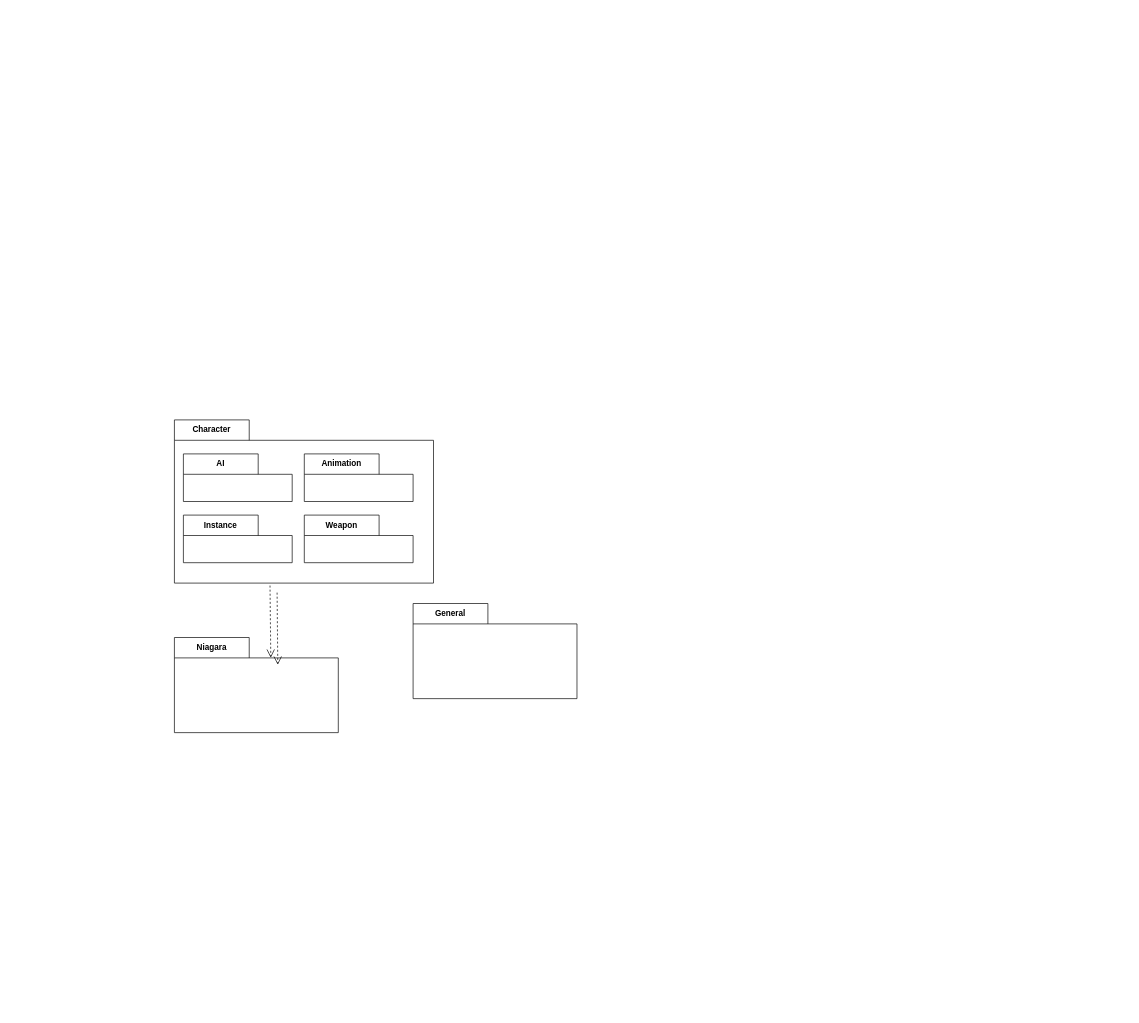
huiboxes/nodeStudy keeps this draw.io diagram as Untitled Diagram.drawio. Above is the earlier version. Source tidied: cells renumbered, new cells numbered last; positions are measured from the earlier drawing's top-left corner, leaving out a move shared by most shapes. Both pictures are drawn from the tidied source at 68%, with x=0, y=0 at pixel (174, 420).
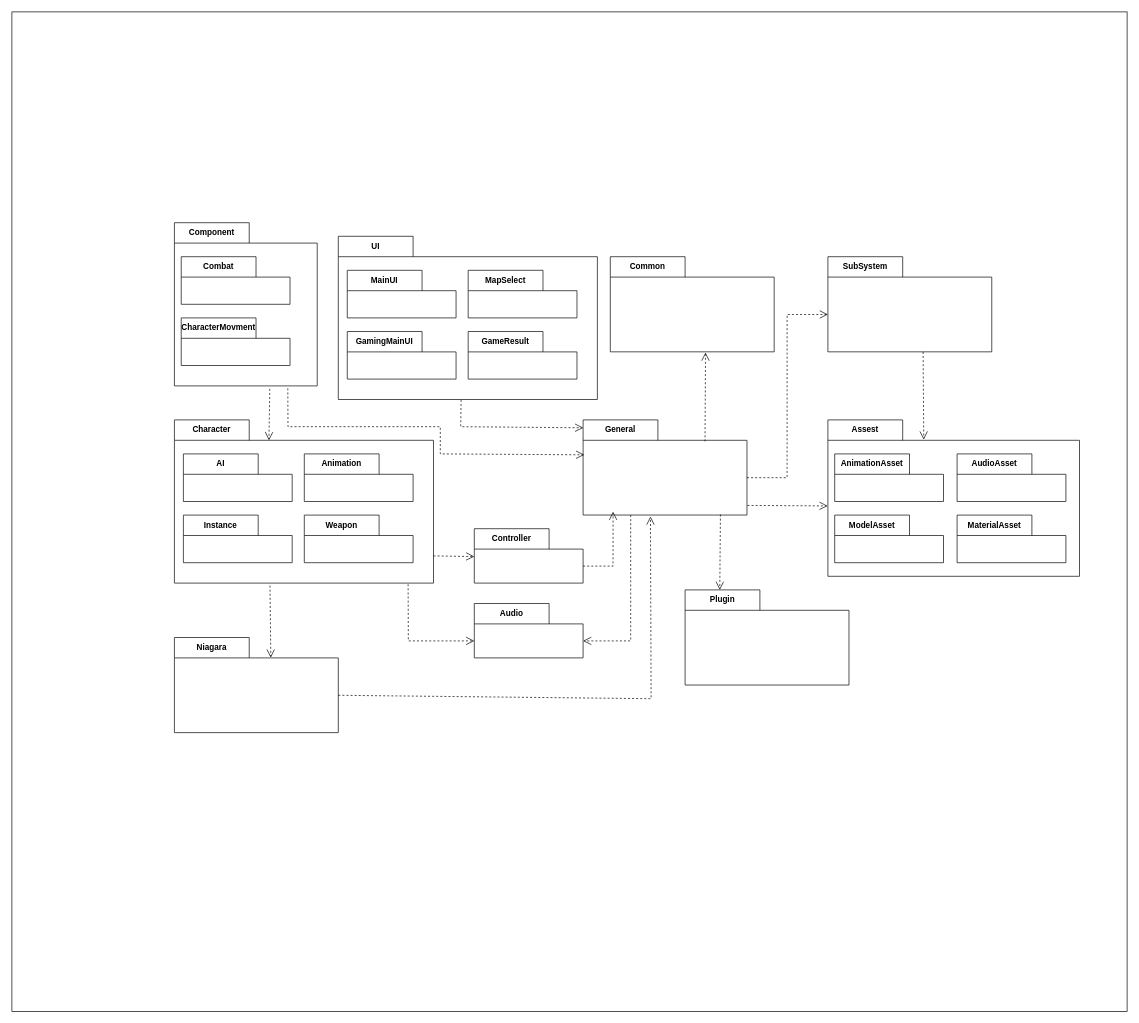
After the change.

Unchanged cells that the change refers to:
```xml
<mxCell id="3" value="Character" style="shape=folder;fontStyle=1;tabWidth=110;tabHeight=30;tabPosition=left;html=1;boundedLbl=1;labelInHeader=1;whiteSpace=wrap;" parent="1" vertex="1">
  <mxGeometry width="381" height="240" as="geometry" />
</mxCell>
<mxCell id="8" value="Niagara" style="shape=folder;fontStyle=1;tabWidth=110;tabHeight=30;tabPosition=left;html=1;boundedLbl=1;labelInHeader=1;whiteSpace=wrap;" parent="1" vertex="1">
  <mxGeometry y="320" width="241" height="139.9" as="geometry" />
</mxCell>
```

The edit, as a diff of the source:
```diff
@@
+    <mxCell id="11" style="rounded=0;whiteSpace=wrap;html=1;" parent="1" vertex="1">
+      <mxGeometry x="-239" y="-600" width="1640" height="1470" as="geometry" />
+    </mxCell>
@@
-    <mxCell id="9" style="rounded=0;html=1;dashed=1;labelBackgroundColor=none;startFill=0;endArrow=open;endFill=0;endSize=10;fontFamily=Verdana;fontSize=10;exitX=0.369;exitY=1.015;exitDx=0;exitDy=0;exitPerimeter=0;entryX=0.588;entryY=0.212;entryDx=0;entryDy=0;entryPerimeter=0;" parent="1" edge="1">
-      <mxGeometry relative="1" as="geometry">
-        <mxPoint x="151" y="254" as="sourcePoint" />
-        <mxPoint x="152" y="360" as="targetPoint" />
-      </mxGeometry>
-    </mxCell>
     <mxCell id="10" value="General" style="shape=folder;fontStyle=1;tabWidth=110;tabHeight=30;tabPosition=left;html=1;boundedLbl=1;labelInHeader=1;whiteSpace=wrap;" parent="1" vertex="1">
-      <mxGeometry x="351" y="270" width="241" height="139.9" as="geometry" />
+      <mxGeometry x="601" width="241" height="139.9" as="geometry" />
     </mxCell>
+    <mxCell id="12" style="rounded=0;html=1;dashed=1;labelBackgroundColor=none;startFill=0;endArrow=open;endFill=0;endSize=10;fontFamily=Verdana;fontSize=10;exitX=0;exitY=0;exitDx=241;exitDy=84.965;exitPerimeter=0;entryX=0.411;entryY=1.015;entryDx=0;entryDy=0;entryPerimeter=0;" parent="1" edge="1" source="8" target="10">
+      <mxGeometry relative="1" as="geometry">
+        <Array as="points">
+          <mxPoint x="701" y="410" />
+        </Array>
+      </mxGeometry>
+    </mxCell>
+    <mxCell id="13" value="Plugin" style="shape=folder;fontStyle=1;tabWidth=110;tabHeight=30;tabPosition=left;html=1;boundedLbl=1;labelInHeader=1;whiteSpace=wrap;" parent="1" vertex="1">
+      <mxGeometry x="751" y="250" width="241" height="139.9" as="geometry" />
+    </mxCell>
+    <mxCell id="14" style="rounded=0;html=1;dashed=1;labelBackgroundColor=none;startFill=0;endArrow=open;endFill=0;endSize=10;fontFamily=Verdana;fontSize=10;exitX=0.838;exitY=0.995;exitDx=0;exitDy=0;exitPerimeter=0;" parent="1" edge="1" source="10">
+      <mxGeometry relative="1" as="geometry">
+        <mxPoint x="802" y="250" as="targetPoint" />
+      </mxGeometry>
+    </mxCell>
+    <mxCell id="15" value="Common" style="shape=folder;fontStyle=1;tabWidth=110;tabHeight=30;tabPosition=left;html=1;boundedLbl=1;labelInHeader=1;whiteSpace=wrap;" parent="1" vertex="1">
+      <mxGeometry x="641" y="-240" width="241" height="139.9" as="geometry" />
+    </mxCell>
+    <mxCell id="16" style="rounded=0;html=1;dashed=1;labelBackgroundColor=none;startFill=0;endArrow=open;endFill=0;endSize=10;fontFamily=Verdana;fontSize=10;entryX=0.581;entryY=1.007;entryDx=0;entryDy=0;entryPerimeter=0;exitX=0.744;exitY=0.226;exitDx=0;exitDy=0;exitPerimeter=0;" parent="1" edge="1" source="10" target="15">
+      <mxGeometry relative="1" as="geometry" />
+    </mxCell>
+    <mxCell id="17" value="UI" style="shape=folder;fontStyle=1;tabWidth=110;tabHeight=30;tabPosition=left;html=1;boundedLbl=1;labelInHeader=1;whiteSpace=wrap;" parent="1" vertex="1">
+      <mxGeometry x="241" y="-270" width="381" height="240" as="geometry" />
+    </mxCell>
+    <mxCell id="18" value="MainUI" style="shape=folder;fontStyle=1;tabWidth=110;tabHeight=30;tabPosition=left;html=1;boundedLbl=1;labelInHeader=1;whiteSpace=wrap;" parent="17" vertex="1">
+      <mxGeometry x="13.2" y="50" width="160" height="70" as="geometry" />
+    </mxCell>
+    <mxCell id="19" value="MapSelect" style="shape=folder;fontStyle=1;tabWidth=110;tabHeight=30;tabPosition=left;html=1;boundedLbl=1;labelInHeader=1;whiteSpace=wrap;" parent="17" vertex="1">
+      <mxGeometry x="191" y="50" width="160" height="70" as="geometry" />
+    </mxCell>
+    <mxCell id="20" value="GamingMainUI" style="shape=folder;fontStyle=1;tabWidth=110;tabHeight=30;tabPosition=left;html=1;boundedLbl=1;labelInHeader=1;whiteSpace=wrap;" parent="17" vertex="1">
+      <mxGeometry x="13.2" y="140" width="160" height="70" as="geometry" />
+    </mxCell>
+    <mxCell id="21" value="GameResult" style="shape=folder;fontStyle=1;tabWidth=110;tabHeight=30;tabPosition=left;html=1;boundedLbl=1;labelInHeader=1;whiteSpace=wrap;" parent="17" vertex="1">
+      <mxGeometry x="191" y="140" width="160" height="70" as="geometry" />
+    </mxCell>
+    <mxCell id="22" style="rounded=0;html=1;dashed=1;labelBackgroundColor=none;startFill=0;endArrow=open;endFill=0;endSize=10;fontFamily=Verdana;fontSize=10;entryX=0.001;entryY=0.083;entryDx=0;entryDy=0;entryPerimeter=0;exitX=0.474;exitY=1.002;exitDx=0;exitDy=0;exitPerimeter=0;" parent="1" edge="1" source="17" target="10">
+      <mxGeometry relative="1" as="geometry">
+        <Array as="points">
+          <mxPoint x="421" y="10" />
+        </Array>
+      </mxGeometry>
+    </mxCell>
+    <mxCell id="23" style="rounded=0;html=1;dashed=1;labelBackgroundColor=none;startFill=0;endArrow=open;endFill=0;endSize=10;fontFamily=Verdana;fontSize=10;exitX=0;exitY=0;exitDx=241;exitDy=84.965;exitPerimeter=0;entryX=0;entryY=0;entryDx=0;entryDy=84.965;entryPerimeter=0;" parent="1" edge="1" source="10" target="24">
+      <mxGeometry relative="1" as="geometry">
+        <Array as="points">
+          <mxPoint x="901" y="85" />
+          <mxPoint x="901" y="-155" />
+        </Array>
+      </mxGeometry>
+    </mxCell>
+    <mxCell id="24" value="SubSystem" style="shape=folder;fontStyle=1;tabWidth=110;tabHeight=30;tabPosition=left;html=1;boundedLbl=1;labelInHeader=1;whiteSpace=wrap;" parent="1" vertex="1">
+      <mxGeometry x="961" y="-240" width="241" height="139.9" as="geometry" />
+    </mxCell>
+    <mxCell id="25" value="Assest" style="shape=folder;fontStyle=1;tabWidth=110;tabHeight=30;tabPosition=left;html=1;boundedLbl=1;labelInHeader=1;whiteSpace=wrap;" parent="1" vertex="1">
+      <mxGeometry x="961" width="370" height="230" as="geometry" />
+    </mxCell>
+    <mxCell id="26" value="AnimationAsset" style="shape=folder;fontStyle=1;tabWidth=110;tabHeight=30;tabPosition=left;html=1;boundedLbl=1;labelInHeader=1;whiteSpace=wrap;" parent="25" vertex="1">
+      <mxGeometry x="10" y="50" width="160" height="70" as="geometry" />
+    </mxCell>
+    <mxCell id="27" value="AudioAsset" style="shape=folder;fontStyle=1;tabWidth=110;tabHeight=30;tabPosition=left;html=1;boundedLbl=1;labelInHeader=1;whiteSpace=wrap;" parent="25" vertex="1">
+      <mxGeometry x="190" y="50" width="160" height="70" as="geometry" />
+    </mxCell>
+    <mxCell id="28" value="ModelAsset" style="shape=folder;fontStyle=1;tabWidth=110;tabHeight=30;tabPosition=left;html=1;boundedLbl=1;labelInHeader=1;whiteSpace=wrap;" parent="25" vertex="1">
+      <mxGeometry x="10" y="140" width="160" height="70" as="geometry" />
+    </mxCell>
+    <mxCell id="29" value="MaterialAsset" style="shape=folder;fontStyle=1;tabWidth=110;tabHeight=30;tabPosition=left;html=1;boundedLbl=1;labelInHeader=1;whiteSpace=wrap;" parent="25" vertex="1">
+      <mxGeometry x="190" y="140" width="160" height="70" as="geometry" />
+    </mxCell>
+    <mxCell id="30" style="rounded=0;html=1;dashed=1;labelBackgroundColor=none;startFill=0;endArrow=open;endFill=0;endSize=10;fontFamily=Verdana;fontSize=10;exitX=0.581;exitY=1.001;exitDx=0;exitDy=0;exitPerimeter=0;entryX=0.381;entryY=0.126;entryDx=0;entryDy=0;entryPerimeter=0;" parent="1" edge="1" source="24" target="25">
+      <mxGeometry relative="1" as="geometry" />
+    </mxCell>
+    <mxCell id="31" style="rounded=0;html=1;dashed=1;labelBackgroundColor=none;startFill=0;endArrow=open;endFill=0;endSize=10;fontFamily=Verdana;fontSize=10;exitX=1.003;exitY=0.899;exitDx=0;exitDy=0;exitPerimeter=0;entryX=-0.001;entryY=0.55;entryDx=0;entryDy=0;entryPerimeter=0;" parent="1" edge="1" source="10" target="25">
+      <mxGeometry relative="1" as="geometry" />
+    </mxCell>
+    <mxCell id="32" value="Component" style="shape=folder;fontStyle=1;tabWidth=110;tabHeight=30;tabPosition=left;html=1;boundedLbl=1;labelInHeader=1;whiteSpace=wrap;" parent="1" vertex="1">
+      <mxGeometry y="-290" width="210" height="240" as="geometry" />
+    </mxCell>
+    <mxCell id="33" value="Combat" style="shape=folder;fontStyle=1;tabWidth=110;tabHeight=30;tabPosition=left;html=1;boundedLbl=1;labelInHeader=1;whiteSpace=wrap;" parent="32" vertex="1">
+      <mxGeometry x="10" y="50" width="160" height="70" as="geometry" />
+    </mxCell>
+    <mxCell id="34" value="CharacterMovment" style="shape=folder;fontStyle=1;tabWidth=110;tabHeight=30;tabPosition=left;html=1;boundedLbl=1;labelInHeader=1;whiteSpace=wrap;" parent="32" vertex="1">
+      <mxGeometry x="10" y="140" width="160" height="70" as="geometry" />
+    </mxCell>
+    <mxCell id="35" style="rounded=0;html=1;dashed=1;labelBackgroundColor=none;startFill=0;endArrow=open;endFill=0;endSize=10;fontFamily=Verdana;fontSize=10;exitX=0.668;exitY=1.018;exitDx=0;exitDy=0;exitPerimeter=0;" parent="1" edge="1" source="32">
+      <mxGeometry relative="1" as="geometry">
+        <mxPoint x="139" y="30" as="targetPoint" />
+      </mxGeometry>
+    </mxCell>
+    <mxCell id="36" style="rounded=0;html=1;dashed=1;labelBackgroundColor=none;startFill=0;endArrow=open;endFill=0;endSize=10;fontFamily=Verdana;fontSize=10;exitX=0.794;exitY=1.015;exitDx=0;exitDy=0;exitPerimeter=0;entryX=0.007;entryY=0.367;entryDx=0;entryDy=0;entryPerimeter=0;" parent="1" edge="1" source="32" target="10">
+      <mxGeometry relative="1" as="geometry">
+        <Array as="points">
+          <mxPoint x="167" y="10" />
+          <mxPoint x="391" y="10" />
+          <mxPoint x="391" y="50" />
+        </Array>
+      </mxGeometry>
+    </mxCell>
+    <mxCell id="37" value="Controller" style="shape=folder;fontStyle=1;tabWidth=110;tabHeight=30;tabPosition=left;html=1;boundedLbl=1;labelInHeader=1;whiteSpace=wrap;" parent="1" vertex="1">
+      <mxGeometry x="441" y="160" width="160" height="80" as="geometry" />
+    </mxCell>
+    <mxCell id="38" value="Audio" style="shape=folder;fontStyle=1;tabWidth=110;tabHeight=30;tabPosition=left;html=1;boundedLbl=1;labelInHeader=1;whiteSpace=wrap;" parent="1" vertex="1">
+      <mxGeometry x="441" y="270" width="160" height="80" as="geometry" />
+    </mxCell>
+    <mxCell id="39" style="rounded=0;html=1;dashed=1;labelBackgroundColor=none;startFill=0;endArrow=open;endFill=0;endSize=10;fontFamily=Verdana;fontSize=10;exitX=1.003;exitY=0.899;exitDx=0;exitDy=0;exitPerimeter=0;" parent="1" edge="1">
+      <mxGeometry relative="1" as="geometry">
+        <mxPoint x="381" y="200" as="sourcePoint" />
+        <mxPoint x="441" y="201" as="targetPoint" />
+      </mxGeometry>
+    </mxCell>
+    <mxCell id="40" style="rounded=0;html=1;dashed=1;labelBackgroundColor=none;startFill=0;endArrow=open;endFill=0;endSize=10;fontFamily=Verdana;fontSize=10;exitX=0.902;exitY=1.007;exitDx=0;exitDy=0;exitPerimeter=0;entryX=0;entryY=0;entryDx=0;entryDy=55;entryPerimeter=0;" parent="1" edge="1" source="3" target="38">
+      <mxGeometry relative="1" as="geometry">
+        <Array as="points">
+          <mxPoint x="344" y="325" />
+        </Array>
+      </mxGeometry>
+    </mxCell>
+    <mxCell id="41" style="rounded=0;html=1;dashed=1;labelBackgroundColor=none;startFill=0;endArrow=open;endFill=0;endSize=10;fontFamily=Verdana;fontSize=10;exitX=0.369;exitY=1.015;exitDx=0;exitDy=0;exitPerimeter=0;entryX=0;entryY=0;entryDx=160;entryDy=55;entryPerimeter=0;" parent="1" edge="1" target="38">
+      <mxGeometry relative="1" as="geometry">
+        <mxPoint x="671" y="139.9" as="sourcePoint" />
+        <Array as="points">
+          <mxPoint x="671" y="325" />
+        </Array>
+      </mxGeometry>
+    </mxCell>
+    <mxCell id="42" style="rounded=0;html=1;dashed=1;labelBackgroundColor=none;startFill=0;endArrow=open;endFill=0;endSize=10;fontFamily=Verdana;fontSize=10;exitX=0;exitY=0;exitDx=160;exitDy=55;exitPerimeter=0;entryX=0.183;entryY=0.965;entryDx=0;entryDy=0;entryPerimeter=0;" parent="1" edge="1" source="37" target="10">
+      <mxGeometry relative="1" as="geometry">
+        <Array as="points">
+          <mxPoint x="645" y="215" />
+        </Array>
+      </mxGeometry>
+    </mxCell>
```
